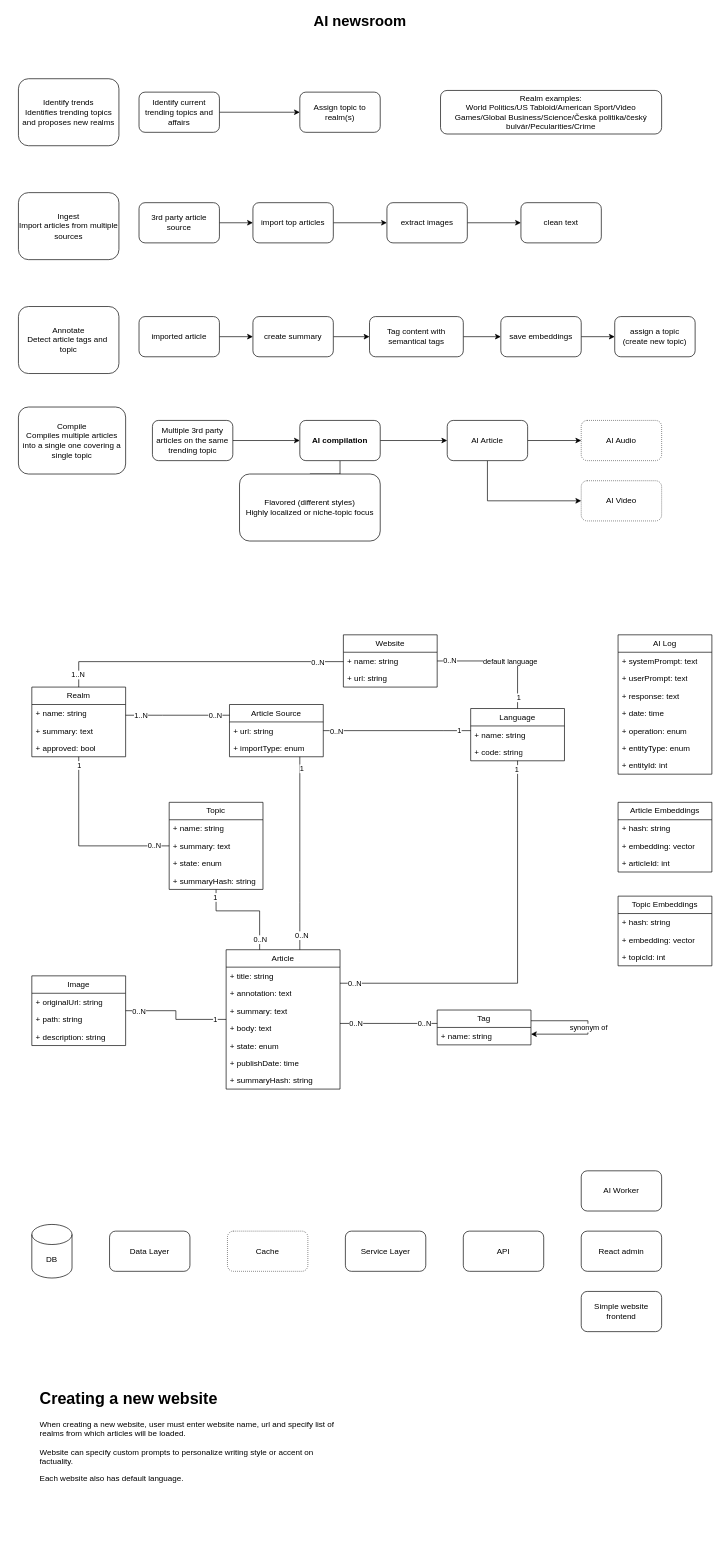
Before: doc/WorldNews.drawio in lotcz/world-news, a draw.io diagram. Source tidied: cells renumbered, new cells numbered last; positions are measured from the earlier drawing's top-left corner, leaving out a move shared by most shapes. Both pictures are drawn from the tidied source at 67%, with x=0, y=0 at pixel (18, 11).
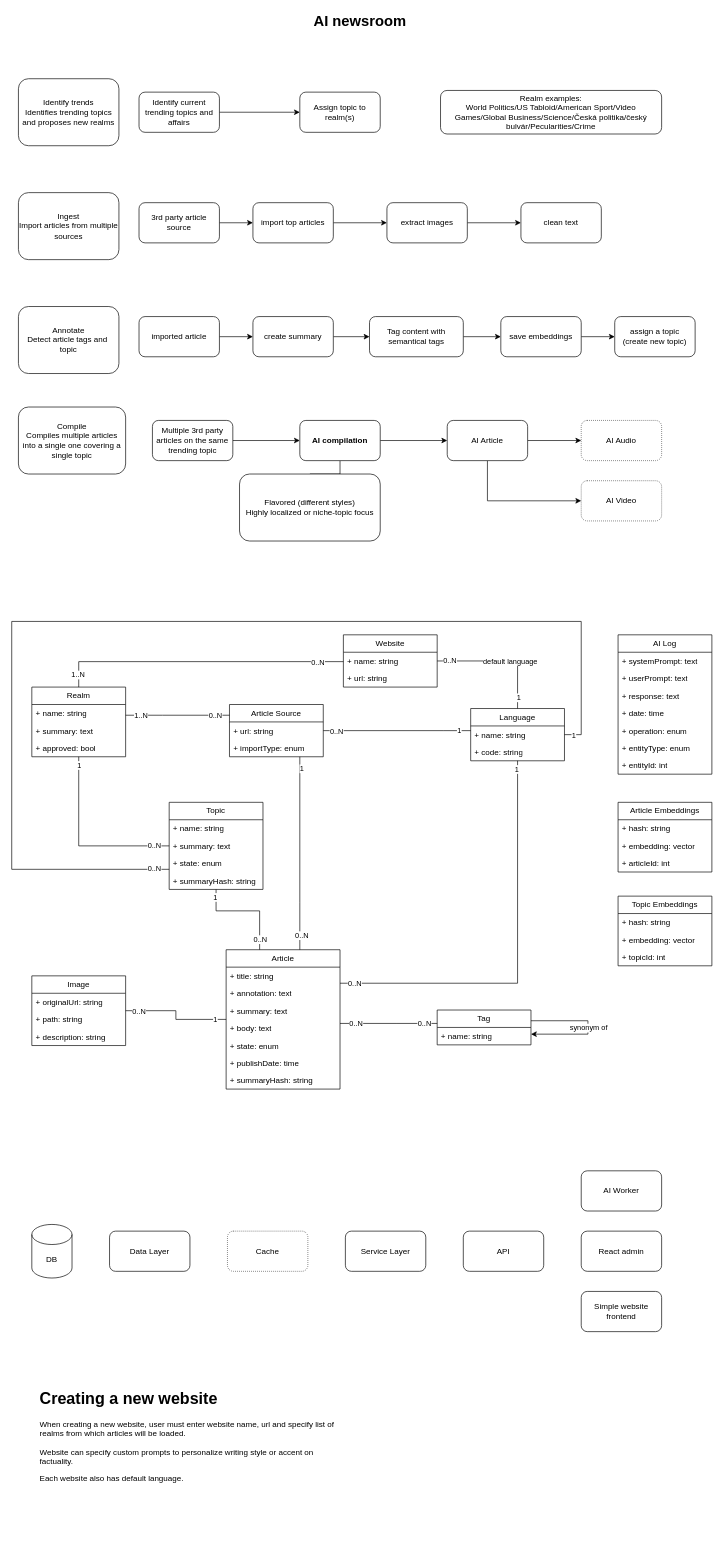
After the change.

Unchanged cells that the change refers to:
```xml
<mxCell id="28" value="Topic" style="swimlane;fontStyle=0;horizontal=1;startSize=26;fillColor=none;whiteSpace=wrap;html=1;" parent="1" vertex="1">
  <mxGeometry x="225" y="1180" width="140" height="130" as="geometry" />
</mxCell>
<mxCell id="42" value="Language" style="swimlane;fontStyle=0;horizontal=1;startSize=26;fillColor=none;whiteSpace=wrap;html=1;" parent="1" vertex="1">
  <mxGeometry x="675" y="1040" width="140" height="78" as="geometry" />
</mxCell>
```

Diff of the diagram source:
```diff
@@
+    <mxCell id="128" style="edgeStyle=orthogonalEdgeStyle;rounded=0;jettySize=auto;html=1;endArrow=none;endFill=0;" parent="1" edge="1" source="28" target="42">
+      <mxGeometry relative="1" as="geometry">
+        <Array as="points">
+          <mxPoint x="-10" y="1280" />
+          <mxPoint x="-10" y="910" />
+          <mxPoint x="840" y="910" />
+          <mxPoint x="840" y="1079" />
+        </Array>
+      </mxGeometry>
+    </mxCell>
+    <mxCell id="129" value="0..N" style="edgeLabel;html=1;align=center;verticalAlign=middle;" parent="128" vertex="1">
+      <mxGeometry x="-0.97" y="-3" relative="1" as="geometry">
+        <mxPoint x="2" y="1" as="offset" />
+      </mxGeometry>
+    </mxCell>
+    <mxCell id="130" value="1" style="edgeLabel;html=1;align=center;verticalAlign=middle;" parent="128" vertex="1">
+      <mxGeometry x="0.98" y="-2" relative="1" as="geometry">
+        <mxPoint x="-3" y="2" as="offset" />
+      </mxGeometry>
+    </mxCell>
```
